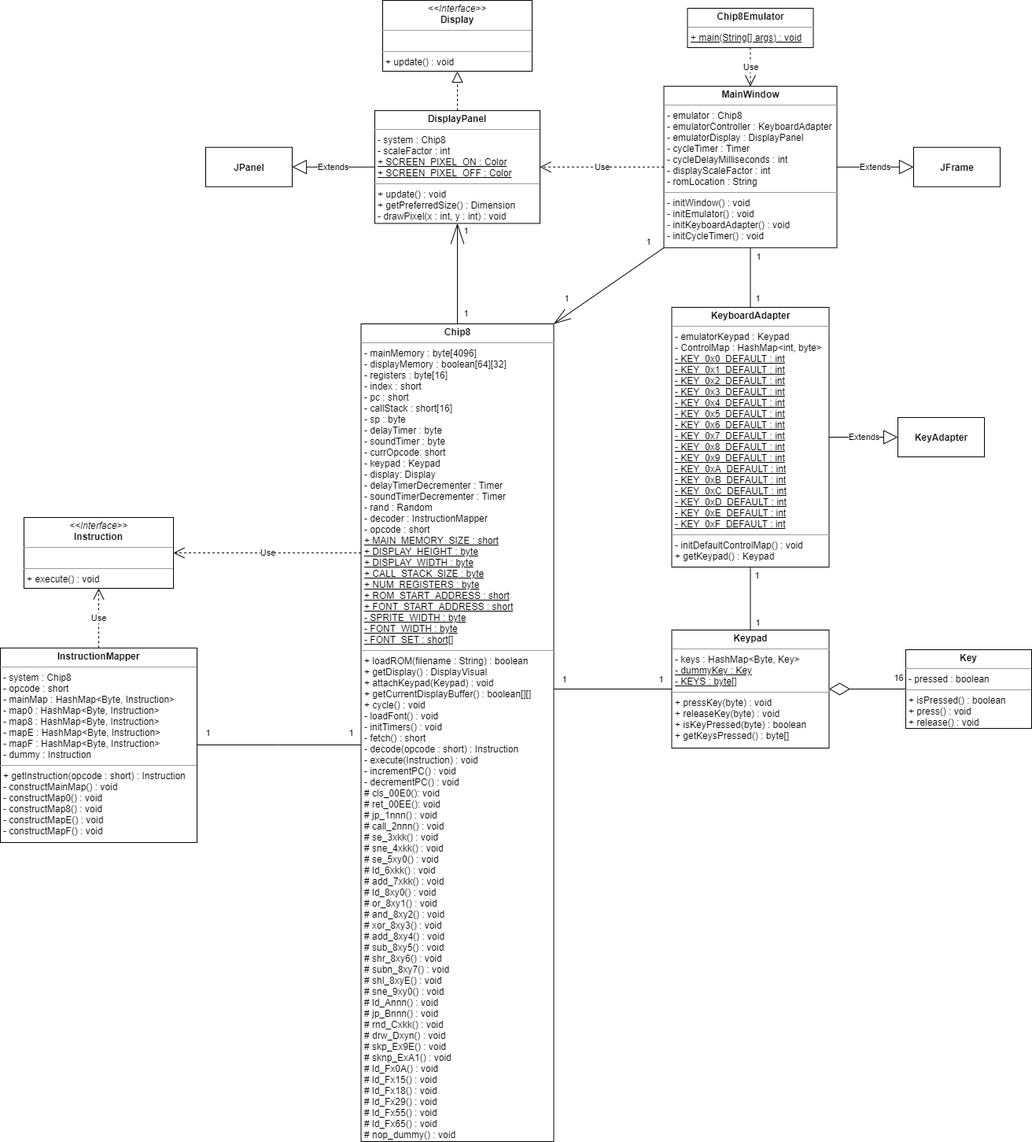
Pokepeople02/Chip8 keeps this draw.io diagram as diagrams/ClassDiagram.png. Above is the earlier version. Source tidied: cells renumbered, new cells last; positions are measured from the earlier drawing's top-left corner, leaving out a move shared by most shapes.
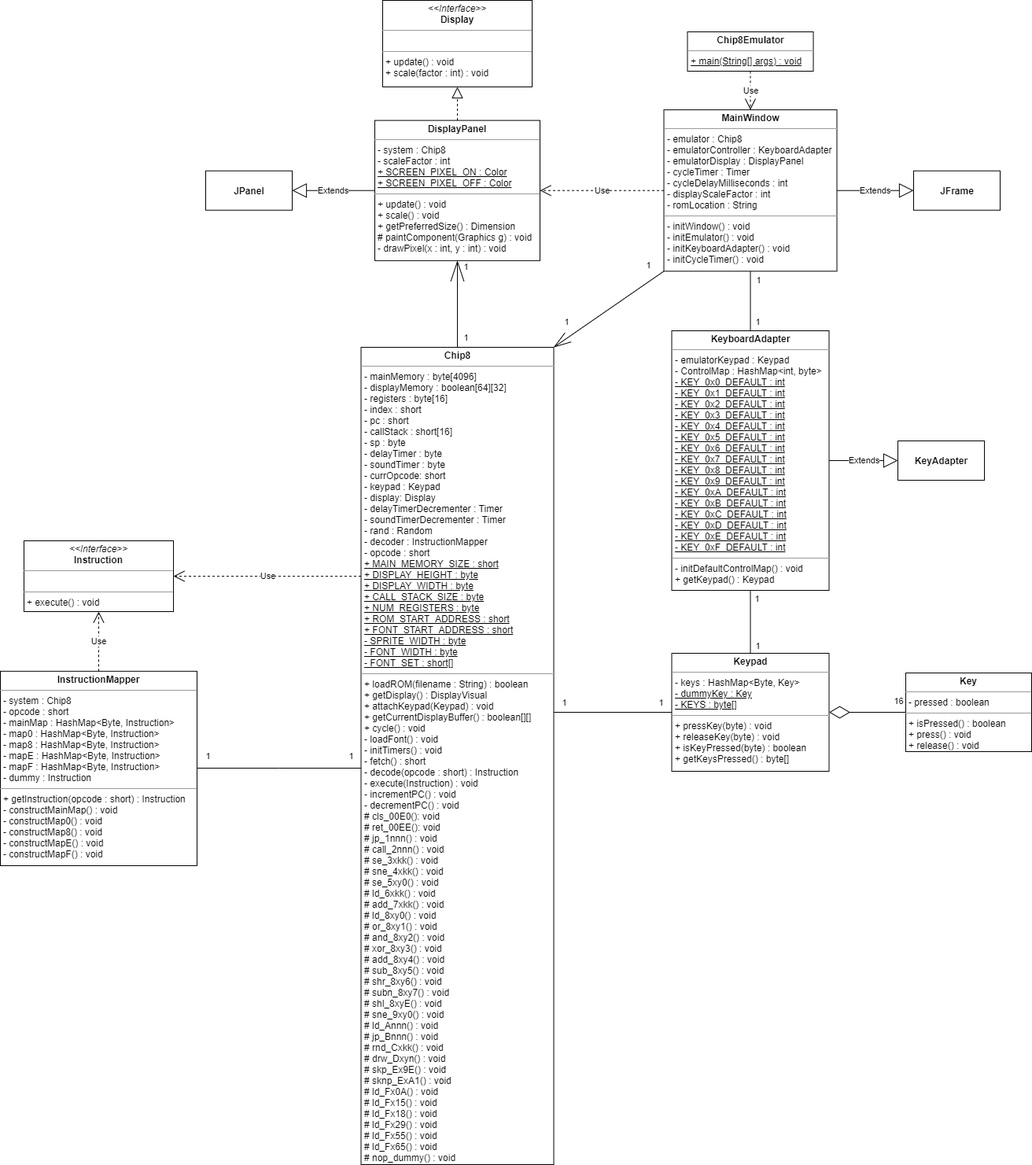
Above is the later version.

Commit message:
Added scale method to Display interface.

Updated Class Diagram with new addition.

Diff of the diagram source:
```diff
@@ -72,8 +72,8 @@
     <mxCell id="19" value="&lt;p style=&quot;margin: 0px ; margin-top: 4px ; text-align: center&quot;&gt;&lt;b&gt;MainWindow&lt;/b&gt;&lt;/p&gt;&lt;hr size=&quot;1&quot;&gt;&lt;p style=&quot;margin: 0px ; margin-left: 4px&quot;&gt;&lt;span&gt;- emulator : Chip8&lt;/span&gt;&lt;/p&gt;&lt;p style=&quot;margin: 0px ; margin-left: 4px&quot;&gt;&lt;span&gt;- emulatorController : KeyboardAdapter&lt;/span&gt;&lt;/p&gt;&lt;p style=&quot;margin: 0px ; margin-left: 4px&quot;&gt;&lt;span&gt;- emulatorDisplay : DisplayPanel&lt;/span&gt;&lt;/p&gt;&lt;p style=&quot;margin: 0px ; margin-left: 4px&quot;&gt;&lt;span&gt;- cycleTimer : Timer&lt;/span&gt;&lt;/p&gt;&lt;p style=&quot;margin: 0px ; margin-left: 4px&quot;&gt;&lt;span&gt;- cycleDelayMilliseconds : int&lt;/span&gt;&lt;/p&gt;&lt;p style=&quot;margin: 0px ; margin-left: 4px&quot;&gt;&lt;span&gt;- displayScaleFactor : int&lt;/span&gt;&lt;/p&gt;&lt;p style=&quot;margin: 0px ; margin-left: 4px&quot;&gt;&lt;span&gt;- romLocation : String&lt;/span&gt;&lt;/p&gt;&lt;hr size=&quot;1&quot;&gt;&lt;p style=&quot;margin: 0px ; margin-left: 4px&quot;&gt;- initWindow() : void&lt;/p&gt;&lt;p style=&quot;margin: 0px ; margin-left: 4px&quot;&gt;- initEmulator() : void&lt;/p&gt;&lt;p style=&quot;margin: 0px ; margin-left: 4px&quot;&gt;- initKeyboardAdapter() : void&lt;/p&gt;&lt;p style=&quot;margin: 0px ; margin-left: 4px&quot;&gt;- initCycleTimer() : void&lt;/p&gt;" style="verticalAlign=top;align=left;overflow=fill;fontSize=12;fontFamily=Helvetica;html=1;" parent="1" vertex="1">
       <mxGeometry x="843.5" y="109.1" width="220" height="205.2" as="geometry" />
     </mxCell>
-    <mxCell id="20" value="&lt;p style=&quot;margin: 0px ; margin-top: 4px ; text-align: center&quot;&gt;&lt;b&gt;DisplayPanel&lt;/b&gt;&lt;/p&gt;&lt;hr size=&quot;1&quot;&gt;&lt;p style=&quot;margin: 0px ; margin-left: 4px&quot;&gt;- system : Chip8&lt;/p&gt;&lt;p style=&quot;margin: 0px ; margin-left: 4px&quot;&gt;- scaleFactor : int&lt;/p&gt;&lt;p style=&quot;margin: 0px ; margin-left: 4px&quot;&gt;&lt;u&gt;+ SCREEN_PIXEL_ON : Color&lt;/u&gt;&lt;br&gt;&lt;/p&gt;&lt;p style=&quot;margin: 0px ; margin-left: 4px&quot;&gt;&lt;u&gt;+ SCREEN_PIXEL_OFF : Color&lt;/u&gt;&lt;/p&gt;&lt;hr size=&quot;1&quot;&gt;&lt;p style=&quot;margin: 0px ; margin-left: 4px&quot;&gt;+ update() : void&lt;/p&gt;&lt;p style=&quot;margin: 0px ; margin-left: 4px&quot;&gt;+ getPreferredSize() : Dimension&lt;/p&gt;&lt;p style=&quot;margin: 0px ; margin-left: 4px&quot;&gt;- drawPixel(x : int, y : int) : void&lt;/p&gt;" style="verticalAlign=top;align=left;overflow=fill;fontSize=12;fontFamily=Helvetica;html=1;" parent="1" vertex="1">
-      <mxGeometry x="476" y="140.1" width="210" height="143.3" as="geometry" />
+    <mxCell id="20" value="&lt;p style=&quot;margin: 0px ; margin-top: 4px ; text-align: center&quot;&gt;&lt;b&gt;DisplayPanel&lt;/b&gt;&lt;/p&gt;&lt;hr size=&quot;1&quot;&gt;&lt;p style=&quot;margin: 0px ; margin-left: 4px&quot;&gt;- system : Chip8&lt;/p&gt;&lt;p style=&quot;margin: 0px ; margin-left: 4px&quot;&gt;- scaleFactor : int&lt;/p&gt;&lt;p style=&quot;margin: 0px ; margin-left: 4px&quot;&gt;&lt;u&gt;+ SCREEN_PIXEL_ON : Color&lt;/u&gt;&lt;br&gt;&lt;/p&gt;&lt;p style=&quot;margin: 0px ; margin-left: 4px&quot;&gt;&lt;u&gt;+ SCREEN_PIXEL_OFF : Color&lt;/u&gt;&lt;/p&gt;&lt;hr size=&quot;1&quot;&gt;&lt;p style=&quot;margin: 0px ; margin-left: 4px&quot;&gt;+ update() : void&lt;/p&gt;&lt;p style=&quot;margin: 0px ; margin-left: 4px&quot;&gt;+ scale() : void&lt;/p&gt;&lt;p style=&quot;margin: 0px ; margin-left: 4px&quot;&gt;+ getPreferredSize() : Dimension&lt;/p&gt;&lt;p style=&quot;margin: 0px ; margin-left: 4px&quot;&gt;# paintComponent(Graphics g) : void&lt;/p&gt;&lt;p style=&quot;margin: 0px ; margin-left: 4px&quot;&gt;- drawPixel(x : int, y : int) : void&lt;/p&gt;" style="verticalAlign=top;align=left;overflow=fill;fontSize=12;fontFamily=Helvetica;html=1;" parent="1" vertex="1">
+      <mxGeometry x="476" y="122.6" width="210" height="178.2" as="geometry" />
     </mxCell>
     <mxCell id="21" value="Use" style="endArrow=open;endSize=12;dashed=1;html=1;edgeStyle=elbowEdgeStyle;elbow=vertical;" parent="1" edge="1" source="5" target="12">
       <mxGeometry relative="1" as="geometry" />
@@ -145,8 +145,8 @@
         <mxPoint x="1" y="-13" as="offset" />
       </mxGeometry>
     </mxCell>
-    <mxCell id="41" value="&lt;p style=&quot;margin: 0px ; margin-top: 4px ; text-align: center&quot;&gt;&lt;i&gt;&amp;lt;&amp;lt;Interface&amp;gt;&amp;gt;&lt;/i&gt;&lt;br&gt;&lt;b&gt;Display&lt;/b&gt;&lt;/p&gt;&lt;hr size=&quot;1&quot;&gt;&lt;p style=&quot;margin: 0px ; margin-left: 4px&quot;&gt;&lt;br&gt;&lt;/p&gt;&lt;hr size=&quot;1&quot;&gt;&lt;p style=&quot;margin: 0px ; margin-left: 4px&quot;&gt;+ update() : void&lt;/p&gt;" style="verticalAlign=top;align=left;overflow=fill;fontSize=12;fontFamily=Helvetica;html=1;" parent="1" vertex="1">
-      <mxGeometry x="486" width="190" height="90" as="geometry" />
+    <mxCell id="41" value="&lt;p style=&quot;margin: 0px ; margin-top: 4px ; text-align: center&quot;&gt;&lt;i&gt;&amp;lt;&amp;lt;Interface&amp;gt;&amp;gt;&lt;/i&gt;&lt;br&gt;&lt;b&gt;Display&lt;/b&gt;&lt;/p&gt;&lt;hr size=&quot;1&quot;&gt;&lt;p style=&quot;margin: 0px ; margin-left: 4px&quot;&gt;&lt;br&gt;&lt;/p&gt;&lt;hr size=&quot;1&quot;&gt;&lt;p style=&quot;margin: 0px ; margin-left: 4px&quot;&gt;+ update() : void&lt;/p&gt;&lt;p style=&quot;margin: 0px ; margin-left: 4px&quot;&gt;+ scale(factor : int) : void&lt;/p&gt;" style="verticalAlign=top;align=left;overflow=fill;fontSize=12;fontFamily=Helvetica;html=1;" parent="1" vertex="1">
+      <mxGeometry x="486" y="-30" width="190" height="110" as="geometry" />
     </mxCell>
     <mxCell id="42" style="endArrow=block;dashed=1;endFill=0;endSize=12;html=1;" parent="1" edge="1" source="20" target="41">
       <mxGeometry relative="1" as="geometry" />
```
